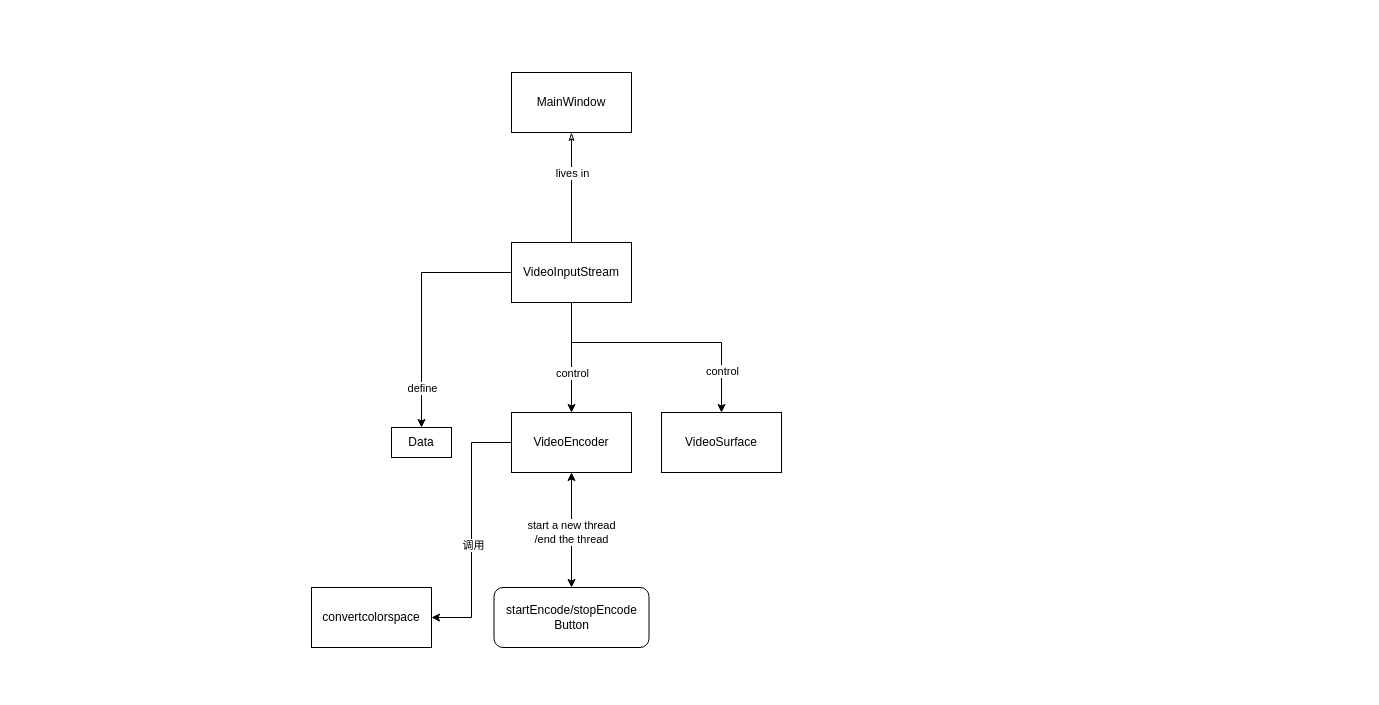
Before: class tree.drawio in HikariS97/ACO, a draw.io diagram. Source tidied: cells renumbered, new cells numbered last; positions are measured from the earlier drawing's top-left corner, leaving out a move shared by most shapes. Both pictures are drawn from the tidied source at 100%, with x=0, y=0 at pixel (311, 72).
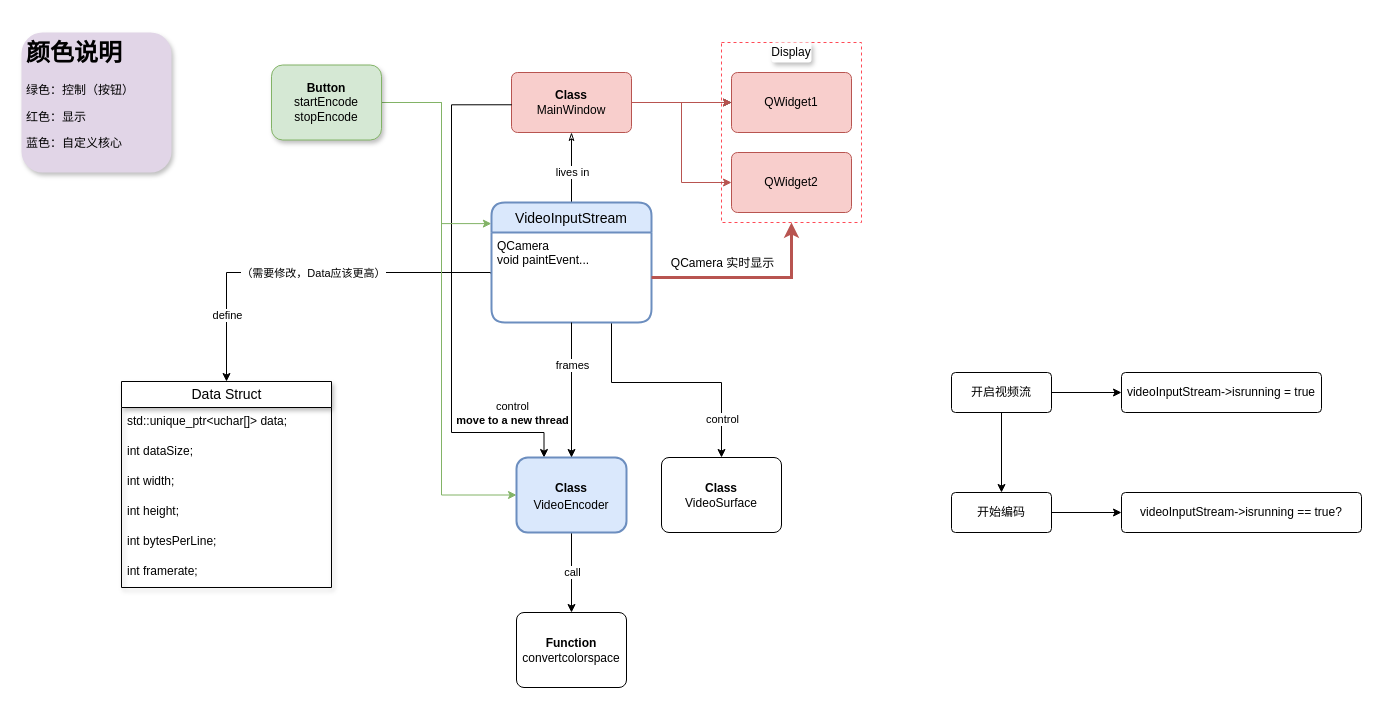
After the change.

What changed in the source:
```diff
@@
+    <mxCell id="21" style="group;" parent="1" vertex="1">
+      <mxGeometry x="410" y="-10" width="140" height="160" as="geometry" />
+    </mxCell>
+    <mxCell id="22" style="rounded=0;whiteSpace=wrap;html=1;shadow=0;glass=0;fontFamily=Helvetica;fontSize=12;fillColor=none;dashed=1;strokeColor=#FF4A56;" parent="21" vertex="1">
+      <mxGeometry y="-20" width="140" height="180" as="geometry" />
+    </mxCell>
+    <mxCell id="23" value="QWidget1" style="whiteSpace=wrap;html=1;rounded=1;shadow=0;glass=0;arcSize=10;fillColor=#f8cecc;strokeColor=#b85450;" parent="21" vertex="1">
+      <mxGeometry x="10" y="10" width="120" height="60" as="geometry" />
+    </mxCell>
-    <mxCell id="2" style="edgeStyle=orthogonalEdgeStyle;rounded=0;jettySize=auto;html=1;exitX=0.5;exitY=1;exitDx=0;exitDy=0;startArrow=classicThin;startFill=0;endArrow=none;endFill=0;" parent="1" edge="1" source="4" target="11">
+    <mxCell id="2" style="edgeStyle=orthogonalEdgeStyle;rounded=0;jettySize=auto;html=1;exitX=0.5;exitY=1;exitDx=0;exitDy=0;startArrow=classicThin;startFill=0;endArrow=none;endFill=0;entryX=0.5;entryY=0;entryDx=0;entryDy=0;" parent="1" edge="1" source="4" target="11">
       <mxGeometry relative="1" as="geometry" />
     </mxCell>
     <mxCell id="3" value="lives in" style="edgeLabel;html=1;align=center;verticalAlign=middle;" parent="2" vertex="1">
-      <mxGeometry x="-0.28" relative="1" as="geometry" />
+      <mxGeometry x="-0.28" relative="1" as="geometry">
+        <mxPoint y="14.8" as="offset" />
+      </mxGeometry>
     </mxCell>
+    <mxCell id="24" style="edgeStyle=orthogonalEdgeStyle;rounded=0;jettySize=auto;html=1;fontFamily=Helvetica;fontSize=12;" parent="1" edge="1" source="4" target="23">
+      <mxGeometry relative="1" as="geometry" />
+    </mxCell>
+    <mxCell id="25" style="edgeStyle=orthogonalEdgeStyle;rounded=0;jettySize=auto;html=1;strokeColor=#b85450;fontFamily=Helvetica;fontSize=12;fillColor=#f8cecc;" parent="1" edge="1" source="4" target="23">
+      <mxGeometry relative="1" as="geometry" />
+    </mxCell>
+    <mxCell id="26" style="edgeStyle=orthogonalEdgeStyle;rounded=0;jettySize=auto;html=1;entryX=0;entryY=0.5;entryDx=0;entryDy=0;strokeColor=#b85450;fontFamily=Helvetica;fontSize=12;fillColor=#f8cecc;" parent="1" edge="1" source="4" target="39">
+      <mxGeometry relative="1" as="geometry" />
+    </mxCell>
-    <mxCell id="4" value="MainWindow" style="rounded=0;whiteSpace=wrap;html=1;" parent="1" vertex="1">
+    <mxCell id="4" value="&lt;b&gt;Class&lt;/b&gt;&lt;br&gt;MainWindow" style="rounded=1;whiteSpace=wrap;html=1;shadow=0;glass=0;arcSize=10;fillColor=#f8cecc;strokeColor=#b85450;" parent="1" vertex="1">
       <mxGeometry x="200" width="120" height="60" as="geometry" />
     </mxCell>
-    <mxCell id="5" style="edgeStyle=orthogonalEdgeStyle;rounded=0;jettySize=auto;html=1;startArrow=none;startFill=0;endArrow=classic;endFill=1;" parent="1" edge="1" source="11" target="12">
+    <mxCell id="5" style="edgeStyle=orthogonalEdgeStyle;rounded=0;jettySize=auto;html=1;startArrow=none;startFill=0;endArrow=classic;endFill=1;entryX=0.5;entryY=0;entryDx=0;entryDy=0;exitX=-0.005;exitY=0.456;exitDx=0;exitDy=0;exitPerimeter=0;" parent="1" edge="1" source="38" target="29">
       <mxGeometry relative="1" as="geometry">
         <Array as="points">
-          <mxPoint x="110" y="200" />
+          <mxPoint x="179" y="200" />
+          <mxPoint x="-85" y="200" />
         </Array>
       </mxGeometry>
     </mxCell>
     <mxCell id="6" value="define" style="edgeLabel;html=1;align=center;verticalAlign=middle;" parent="5" vertex="1">
-      <mxGeometry x="0.67" relative="1" as="geometry" />
+      <mxGeometry x="0.67" relative="1" as="geometry">
+        <mxPoint y="-4.2" as="offset" />
+      </mxGeometry>
     </mxCell>
+    <mxCell id="27" value="（需要修改，Data应该更高）" style="edgeLabel;html=1;align=center;verticalAlign=middle;fontFamily=Helvetica;" parent="5" vertex="1">
+      <mxGeometry x="0.14" y="3" relative="1" as="geometry">
+        <mxPoint x="34.4" y="-3" as="offset" />
+      </mxGeometry>
+    </mxCell>
-    <mxCell id="7" style="edgeStyle=orthogonalEdgeStyle;rounded=0;jettySize=auto;html=1;exitX=0.5;exitY=1;exitDx=0;exitDy=0;startArrow=none;startFill=0;endArrow=classic;endFill=1;entryX=0.5;entryY=0;entryDx=0;entryDy=0;" parent="1" edge="1" source="11" target="13">
-      <mxGeometry relative="1" as="geometry" />
+    <mxCell id="7" style="edgeStyle=orthogonalEdgeStyle;rounded=0;jettySize=auto;html=1;exitX=0.003;exitY=0.538;exitDx=0;exitDy=0;startArrow=none;startFill=0;endArrow=classic;endFill=1;entryX=0.25;entryY=0;entryDx=0;entryDy=0;exitPerimeter=0;" parent="1" edge="1" source="4" target="37">
+      <mxGeometry relative="1" as="geometry">
+        <Array as="points">
+          <mxPoint x="140" y="32" />
+          <mxPoint x="140" y="360" />
+          <mxPoint x="233" y="360" />
+        </Array>
+      </mxGeometry>
     </mxCell>
-    <mxCell id="8" value="control" style="edgeLabel;html=1;align=center;verticalAlign=middle;" parent="7" vertex="1">
+    <mxCell id="8" value="control&lt;br&gt;&lt;b&gt;move to a new thread&lt;/b&gt;" style="edgeLabel;html=1;align=center;verticalAlign=middle;" parent="7" vertex="1">
       <mxGeometry x="0.54" y="-1" relative="1" as="geometry">
-        <mxPoint x="1" y="-14.4" as="offset" />
+        <mxPoint x="59.5" y="-21" as="offset" />
       </mxGeometry>
     </mxCell>
-    <mxCell id="9" style="edgeStyle=orthogonalEdgeStyle;rounded=0;jettySize=auto;html=1;startArrow=none;startFill=0;endArrow=classic;endFill=1;entryX=0.5;entryY=0;entryDx=0;entryDy=0;" parent="1" edge="1" source="11" target="14">
+    <mxCell id="9" style="edgeStyle=orthogonalEdgeStyle;rounded=0;jettySize=auto;html=1;startArrow=none;startFill=0;endArrow=classic;endFill=1;entryX=0.5;entryY=0;entryDx=0;entryDy=0;exitX=0.75;exitY=1;exitDx=0;exitDy=0;" parent="1" edge="1" source="38" target="14">
       <mxGeometry relative="1" as="geometry">
         <Array as="points">
-          <mxPoint x="260" y="270" />
-          <mxPoint x="410" y="270" />
+          <mxPoint x="300" y="310" />
+          <mxPoint x="410" y="310" />
         </Array>
       </mxGeometry>
     </mxCell>
@@
-    <mxCell id="11" value="VideoInputStream" style="rounded=0;whiteSpace=wrap;html=1;" parent="1" vertex="1">
-      <mxGeometry x="200" y="170" width="120" height="60" as="geometry" />
-    </mxCell>
-    <mxCell id="12" value="Data" style="rounded=0;whiteSpace=wrap;html=1;" parent="1" vertex="1">
-      <mxGeometry x="80" y="355" width="60" height="30" as="geometry" />
-    </mxCell>
-    <mxCell id="13" value="VideoEncoder" style="rounded=0;whiteSpace=wrap;html=1;" parent="1" vertex="1">
-      <mxGeometry x="200" y="340" width="120" height="60" as="geometry" />
-    </mxCell>
-    <mxCell id="14" value="VideoSurface" style="rounded=0;whiteSpace=wrap;html=1;" parent="1" vertex="1">
-      <mxGeometry x="350" y="340" width="120" height="60" as="geometry" />
+    <mxCell id="14" value="&lt;b style=&quot;font-size: 12px;&quot;&gt;Class&lt;/b&gt;&lt;br style=&quot;font-size: 12px;&quot;&gt;VideoSurface" style="rounded=1;whiteSpace=wrap;html=1;shadow=0;fontSize=12;glass=0;arcSize=10;" parent="1" vertex="1">
+      <mxGeometry x="350" y="385" width="120" height="75" as="geometry" />
     </mxCell>
-    <mxCell id="15" style="edgeStyle=orthogonalEdgeStyle;rounded=0;jettySize=auto;html=1;entryX=0.5;entryY=1;entryDx=0;entryDy=0;startArrow=classic;startFill=1;" parent="1" edge="1" source="17" target="13">
-      <mxGeometry relative="1" as="geometry" />
+    <mxCell id="15" style="edgeStyle=orthogonalEdgeStyle;rounded=0;jettySize=auto;html=1;startArrow=none;startFill=0;entryX=0;entryY=0.5;entryDx=0;entryDy=0;fillColor=#d5e8d4;strokeColor=#82b366;" parent="1" edge="1" source="17" target="37">
+      <mxGeometry relative="1" as="geometry">
+        <Array as="points">
+          <mxPoint x="130" y="30" />
+          <mxPoint x="130" y="422" />
+        </Array>
+      </mxGeometry>
     </mxCell>
-    <mxCell id="16" value="start a new thread&lt;br&gt;/end the thread" style="edgeLabel;html=1;align=center;verticalAlign=middle;" parent="15" vertex="1">
-      <mxGeometry x="0.11" y="1" relative="1" as="geometry">
-        <mxPoint y="8.8" as="offset" />
-      </mxGeometry>
-    </mxCell>
+    <mxCell id="28" style="edgeStyle=orthogonalEdgeStyle;rounded=0;jettySize=auto;html=1;entryX=-0.001;entryY=0.176;entryDx=0;entryDy=0;startArrow=none;startFill=0;strokeColor=#82b366;fontFamily=Helvetica;fontSize=11;entryPerimeter=0;fillColor=#d5e8d4;" parent="1" edge="1" source="17" target="11">
+      <mxGeometry relative="1" as="geometry">
+        <Array as="points">
+          <mxPoint x="130" y="30" />
+          <mxPoint x="130" y="151" />
+          <mxPoint x="180" y="151" />
+        </Array>
+      </mxGeometry>
+    </mxCell>
-    <mxCell id="17" value="startEncode/stopEncode&lt;br&gt;Button" style="rounded=1;whiteSpace=wrap;html=1;" parent="1" vertex="1">
-      <mxGeometry x="182.5" y="515" width="155" height="60" as="geometry" />
+    <mxCell id="17" value="&lt;b&gt;Button&lt;/b&gt;&lt;br&gt;startEncode&lt;br&gt;stopEncode" style="rounded=1;whiteSpace=wrap;html=1;shadow=1;fillColor=#d5e8d4;strokeColor=#82b366;" parent="1" vertex="1">
+      <mxGeometry x="-40" y="-7.5" width="110" height="75" as="geometry" />
     </mxCell>
-    <mxCell id="18" style="edgeStyle=orthogonalEdgeStyle;rounded=0;jettySize=auto;html=1;entryX=0;entryY=0.5;entryDx=0;entryDy=0;startArrow=classic;startFill=1;endArrow=none;endFill=0;" parent="1" edge="1" source="20" target="13">
+    <mxCell id="18" style="edgeStyle=orthogonalEdgeStyle;rounded=0;jettySize=auto;html=1;startArrow=classic;startFill=1;endArrow=none;endFill=0;entryX=0.5;entryY=1;entryDx=0;entryDy=0;exitX=0.5;exitY=0;exitDx=0;exitDy=0;" parent="1" edge="1" source="36" target="37">
       <mxGeometry relative="1" as="geometry" />
     </mxCell>
-    <mxCell id="19" value="调用" style="edgeLabel;html=1;align=center;verticalAlign=middle;" parent="18" vertex="1">
-      <mxGeometry x="-0.11" y="-1" relative="1" as="geometry" />
+    <mxCell id="19" value="call" style="edgeLabel;html=1;align=center;verticalAlign=middle;" parent="18" vertex="1">
+      <mxGeometry x="-0.11" y="-1" relative="1" as="geometry">
+        <mxPoint x="-1" y="-4.8" as="offset" />
+      </mxGeometry>
     </mxCell>
-    <mxCell id="20" value="convertcolorspace" style="rounded=0;whiteSpace=wrap;html=1;" parent="1" vertex="1">
-      <mxGeometry y="515" width="120" height="60" as="geometry" />
-    </mxCell>
+    <mxCell id="29" value="Data Struct" style="swimlane;fontStyle=0;horizontal=1;startSize=26;align=center;fontSize=14;shadow=1;glass=0;html=1;" parent="1" vertex="1">
+      <mxGeometry x="-190" y="309" width="210" height="206" as="geometry" />
+    </mxCell>
+    <mxCell id="30" value="std::unique_ptr&lt;uchar[]&gt; data;" style="text;strokeColor=none;fillColor=none;spacingLeft=4;spacingRight=4;overflow=hidden;fontSize=12;horizontal=1;" parent="29" vertex="1">
+      <mxGeometry y="26" width="210" height="30" as="geometry" />
+    </mxCell>
+    <mxCell id="31" value="int dataSize;" style="text;strokeColor=none;fillColor=none;spacingLeft=4;spacingRight=4;overflow=hidden;fontSize=12;" parent="29" vertex="1">
+      <mxGeometry y="56" width="210" height="30" as="geometry" />
+    </mxCell>
+    <mxCell id="32" value="int width;" style="text;strokeColor=none;fillColor=none;spacingLeft=4;spacingRight=4;overflow=hidden;fontSize=12;" parent="29" vertex="1">
+      <mxGeometry y="86" width="210" height="30" as="geometry" />
+    </mxCell>
+    <mxCell id="33" value="int height;" style="text;strokeColor=none;fillColor=none;spacingLeft=4;spacingRight=4;overflow=hidden;fontSize=12;" parent="29" vertex="1">
+      <mxGeometry y="116" width="210" height="30" as="geometry" />
+    </mxCell>
+    <mxCell id="34" value="int bytesPerLine;" style="text;strokeColor=none;fillColor=none;spacingLeft=4;spacingRight=4;overflow=hidden;fontSize=12;" parent="29" vertex="1">
+      <mxGeometry y="146" width="210" height="30" as="geometry" />
+    </mxCell>
+    <mxCell id="35" value="int framerate;" style="text;strokeColor=none;fillColor=none;spacingLeft=4;spacingRight=4;overflow=hidden;fontSize=12;" parent="29" vertex="1">
+      <mxGeometry y="176" width="210" height="30" as="geometry" />
+    </mxCell>
+    <mxCell id="36" value="&lt;font style=&quot;font-size: 12px&quot;&gt;&lt;b style=&quot;font-size: 12px;&quot;&gt;Function&lt;/b&gt;&lt;br style=&quot;font-size: 12px;&quot;&gt;convertcolorspace&lt;/font&gt;" style="rounded=1;arcSize=10;whiteSpace=wrap;html=1;align=center;shadow=0;glass=0;fontFamily=Helvetica;fontSize=12;" parent="1" vertex="1">
+      <mxGeometry x="205" y="540" width="110" height="75" as="geometry" />
+    </mxCell>
+    <mxCell id="37" value="&lt;font style=&quot;font-size: 12px&quot;&gt;&lt;b style=&quot;font-size: 12px;&quot;&gt;Class&lt;/b&gt;&lt;br style=&quot;font-size: 12px;&quot;&gt;VideoEncoder&lt;br style=&quot;font-size: 12px;&quot;&gt;&lt;/font&gt;" style="rounded=1;whiteSpace=wrap;html=1;align=center;shadow=0;glass=0;fontFamily=Helvetica;fontSize=14;dashed=0;fontStyle=0;strokeColor=#6c8ebf;strokeWidth=2;fillColor=#dae8fc;startSize=30;" parent="1" vertex="1">
+      <mxGeometry x="205" y="385" width="110" height="75" as="geometry" />
+    </mxCell>
+    <mxCell id="11" value="VideoInputStream" style="swimlane;horizontal=1;startSize=30;rounded=1;fontSize=14;fontStyle=0;strokeWidth=2;shadow=0;dashed=0;align=center;glass=0;html=0;fillColor=#dae8fc;strokeColor=#6c8ebf;" parent="1" vertex="1">
+      <mxGeometry x="180" y="130" width="160" height="120" as="geometry" />
+    </mxCell>
+    <mxCell id="38" value="QCamera&#10;void paintEvent..." style="align=left;strokeColor=none;fillColor=none;spacingLeft=4;fontSize=12;verticalAlign=top;" parent="11" vertex="1">
+      <mxGeometry y="30" width="160" height="90" as="geometry" />
+    </mxCell>
+    <mxCell id="39" value="QWidget2" style="whiteSpace=wrap;html=1;rounded=1;shadow=0;glass=0;arcSize=10;fillColor=#f8cecc;strokeColor=#b85450;" parent="1" vertex="1">
+      <mxGeometry x="420" y="80" width="120" height="60" as="geometry" />
+    </mxCell>
+    <mxCell id="40" style="edgeStyle=orthogonalEdgeStyle;rounded=0;jettySize=auto;html=1;entryX=0.5;entryY=1;entryDx=0;entryDy=0;strokeColor=#b85450;fontFamily=Helvetica;fontSize=12;strokeWidth=3;fillColor=#f8cecc;" parent="1" edge="1" source="38" target="22">
+      <mxGeometry relative="1" as="geometry" />
+    </mxCell>
+    <mxCell id="41" value="QCamera 实时显示" style="edgeLabel;html=1;align=center;verticalAlign=middle;fontSize=12;fontFamily=Helvetica;" parent="40" vertex="1">
+      <mxGeometry x="-0.45" y="1" relative="1" as="geometry">
+        <mxPoint x="16.2" y="-14" as="offset" />
+      </mxGeometry>
+    </mxCell>
+    <mxCell id="42" value="Display" style="text;html=1;strokeColor=none;align=center;verticalAlign=middle;whiteSpace=wrap;rounded=1;shadow=1;glass=0;dashed=1;fontFamily=Helvetica;fontSize=12;fillColor=#ffffff;" parent="1" vertex="1">
+      <mxGeometry x="460" y="-30" width="40" height="20" as="geometry" />
+    </mxCell>
+    <mxCell id="43" value="&lt;h1&gt;颜色说明&lt;/h1&gt;&lt;p&gt;绿色：控制（按钮）&lt;/p&gt;&lt;p&gt;红色：显示&lt;/p&gt;&lt;p&gt;蓝色：自定义核心&lt;/p&gt;" style="text;html=1;spacing=5;spacingTop=-20;whiteSpace=wrap;overflow=hidden;rounded=1;shadow=1;glass=0;dashed=1;fontFamily=Helvetica;fontSize=12;fillColor=#e1d5e7;sketch=0;align=left;verticalAlign=middle;horizontal=1;" parent="1" vertex="1">
+      <mxGeometry x="-290" y="-40" width="150" height="140" as="geometry" />
+    </mxCell>
+    <mxCell id="44" style="edgeStyle=orthogonalEdgeStyle;rounded=0;jettySize=auto;html=1;" parent="1" edge="1" source="46" target="47">
+      <mxGeometry relative="1" as="geometry" />
+    </mxCell>
+    <mxCell id="45" style="edgeStyle=orthogonalEdgeStyle;rounded=0;jettySize=auto;html=1;" parent="1" edge="1" source="46" target="49">
+      <mxGeometry relative="1" as="geometry" />
+    </mxCell>
+    <mxCell id="46" value="开启视频流" style="rounded=1;arcSize=10;whiteSpace=wrap;html=1;align=center;" parent="1" vertex="1">
+      <mxGeometry x="640" y="300" width="100" height="40" as="geometry" />
+    </mxCell>
+    <mxCell id="47" value="videoInputStream-&amp;gt;isrunning = true" style="rounded=1;arcSize=10;whiteSpace=wrap;html=1;align=center;" parent="1" vertex="1">
+      <mxGeometry x="810" y="300" width="200" height="40" as="geometry" />
+    </mxCell>
+    <mxCell id="48" style="edgeStyle=orthogonalEdgeStyle;rounded=0;jettySize=auto;html=1;" parent="1" edge="1" source="49" target="50">
+      <mxGeometry relative="1" as="geometry" />
+    </mxCell>
+    <mxCell id="49" value="开始编码" style="rounded=1;arcSize=10;whiteSpace=wrap;html=1;align=center;" parent="1" vertex="1">
+      <mxGeometry x="640" y="420" width="100" height="40" as="geometry" />
+    </mxCell>
+    <mxCell id="50" value="videoInputStream-&amp;gt;isrunning == true?" style="rounded=1;arcSize=10;whiteSpace=wrap;html=1;align=center;" parent="1" vertex="1">
+      <mxGeometry x="810" y="420" width="240" height="40" as="geometry" />
+    </mxCell>
+    <mxCell id="51" style="edgeStyle=orthogonalEdgeStyle;rounded=0;jettySize=auto;html=1;entryX=0.5;entryY=0;entryDx=0;entryDy=0;" parent="1" edge="1" source="38" target="37">
+      <mxGeometry relative="1" as="geometry" />
+    </mxCell>
+    <mxCell id="52" value="frames" style="edgeLabel;html=1;align=center;verticalAlign=middle;" parent="51" vertex="1">
+      <mxGeometry x="-0.38" relative="1" as="geometry" />
+    </mxCell>
```
